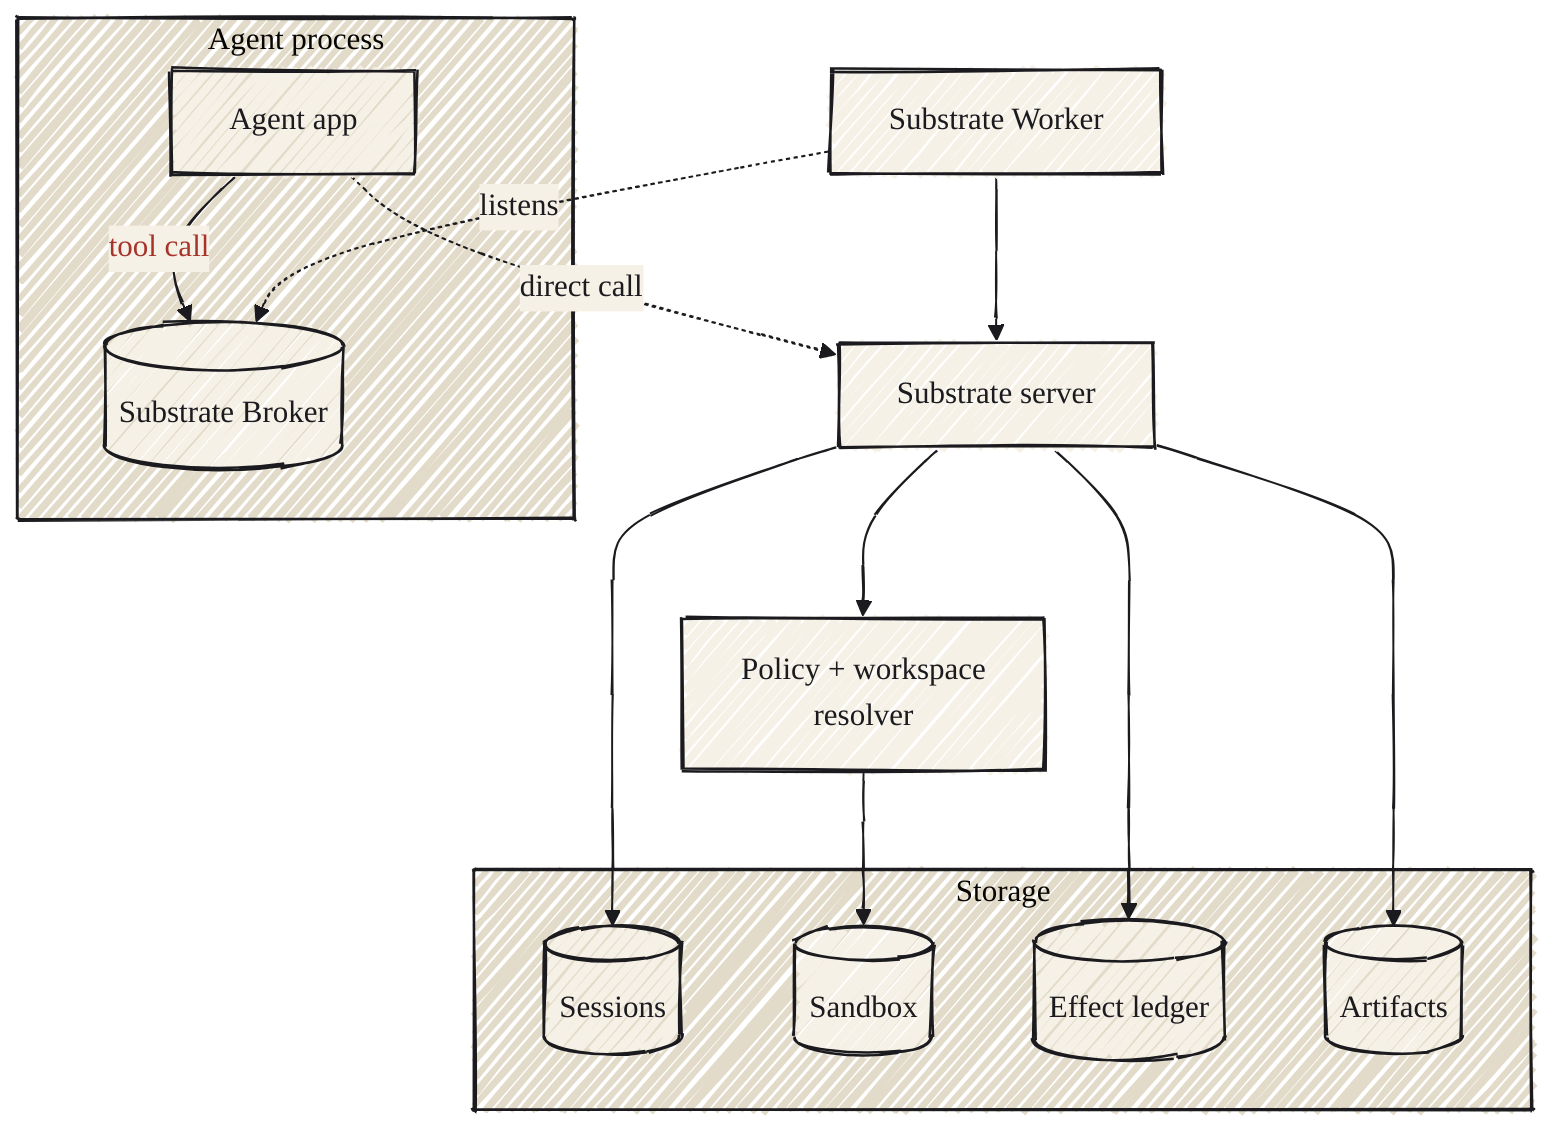
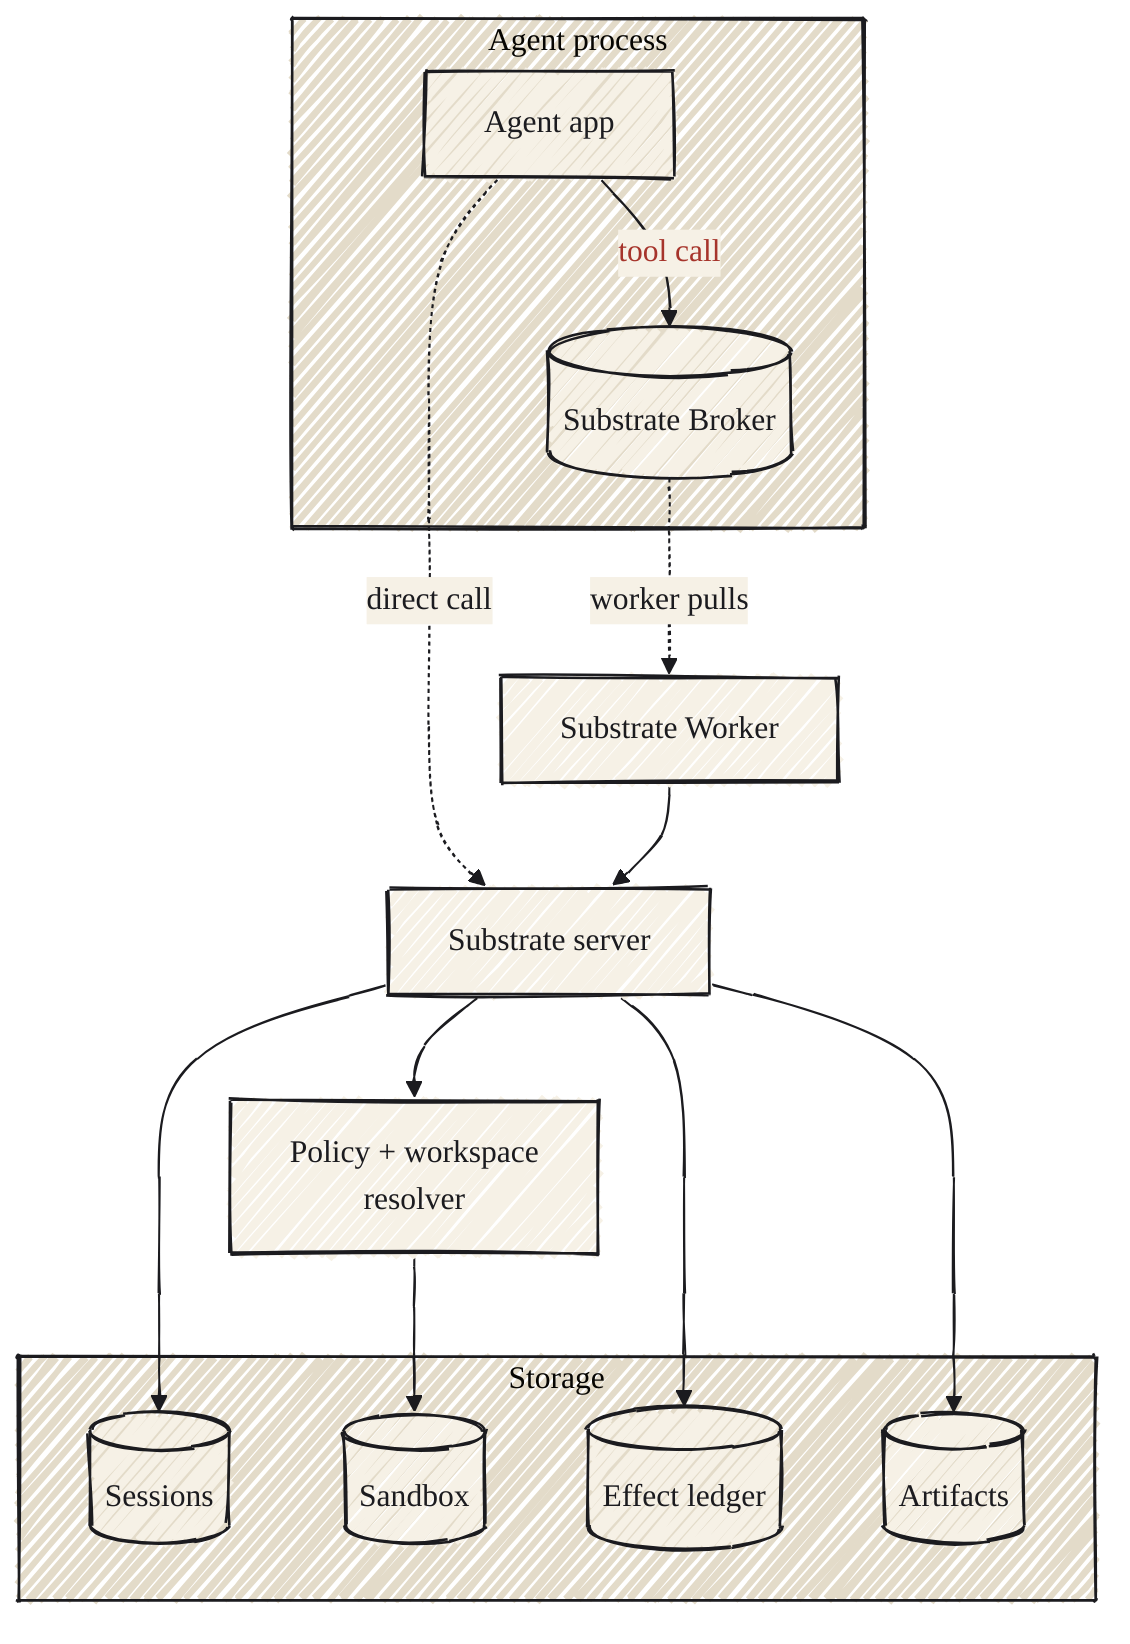
%%{init: {
  "look": "handDrawn",
  "theme": "base",
  "themeVariables": {
    "fontFamily": "Charter, Georgia, serif",
    "primaryColor": "#F6F1E6",
    "primaryBorderColor": "#1B1B1F",
    "primaryTextColor": "#1B1B1F",
    "lineColor": "#1B1B1F",
    "textColor": "#1B1B1F",
    "clusterBkg": "#E3DBC9",
    "clusterBorder": "#1B1B1F",
    "edgeLabelBackground": "#F6F1E6"
  }
}}%%
flowchart TB
  subgraph proc["Agent process"]
    agent["Agent app"]
    broker[("Substrate Broker")]
  end

  worker["Substrate Worker"]

  server["Substrate server"]
  resolver["Policy + workspace<br/>resolver"]

  subgraph stores["Storage"]
    sessions[("Sessions")]
    fs[("Sandbox")]
    ledger[("Effect ledger")]
    artifacts[("Artifacts")]
  end

  agent -->|"tool call"| broker
  agent -.->|"direct call"| server
-   worker -.->|"listens"| broker
+   broker -.->|"worker pulls"| worker
  worker --> server
  server --> resolver
  resolver --> fs
  server --> sessions
  server --> ledger
  server --> artifacts

  linkStyle 0 color:#A6342B
